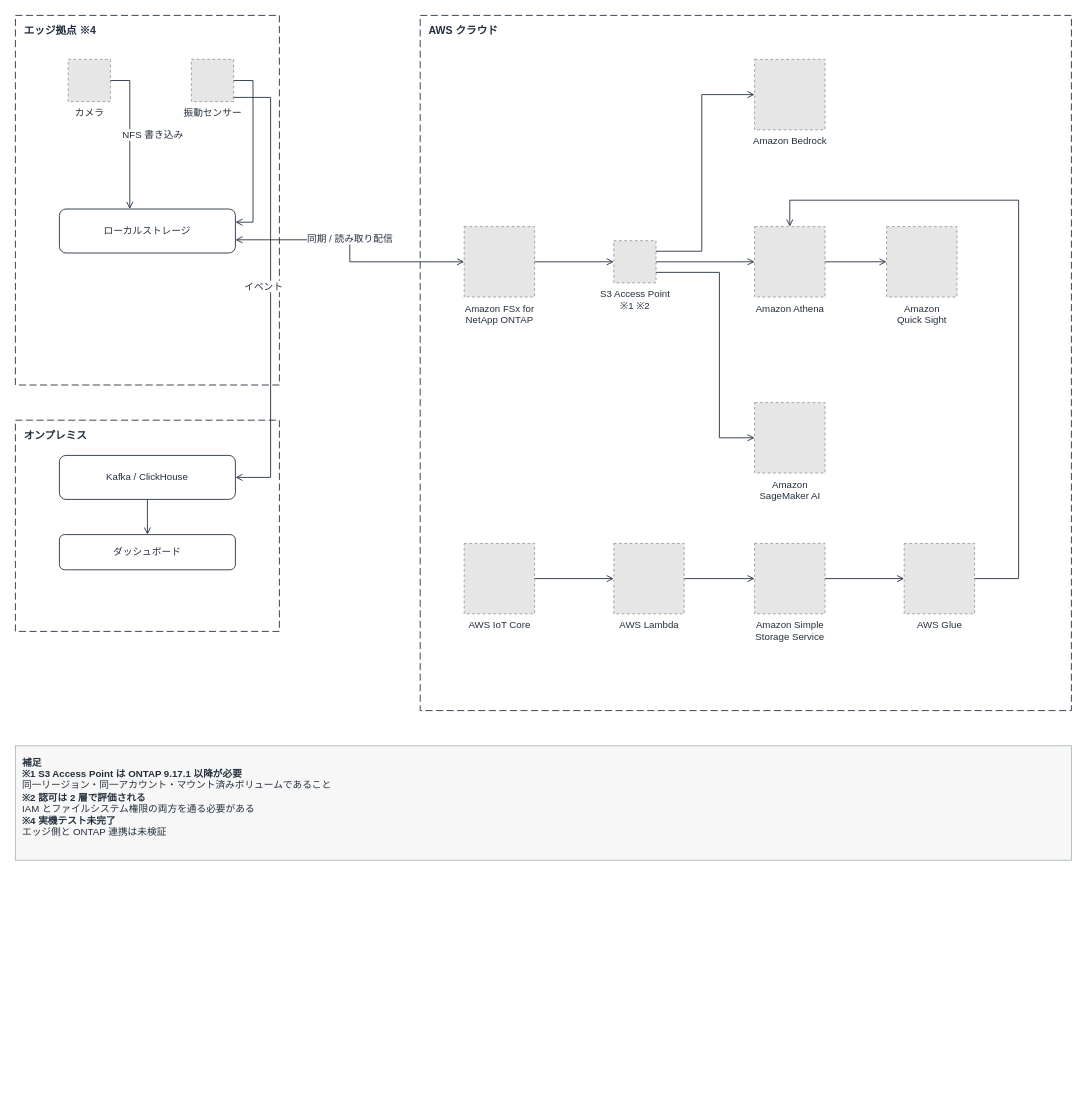
Yoshiki0705/ONTAP-Edge-to-Cloud-AI keeps this draw.io diagram as docs/diagrams/architecture-overview.drawio. Above is the earlier version. Source tidied: cells renumbered, new cells numbered last; positions are measured from the earlier drawing's top-left corner, leaving out a move shared by most shapes. Both pictures are drawn from the tidied source at 88%, with x=0, y=0 at pixel (15, 15). Pictures stored in the file or linked from it are replaced by grey dashed boxes.
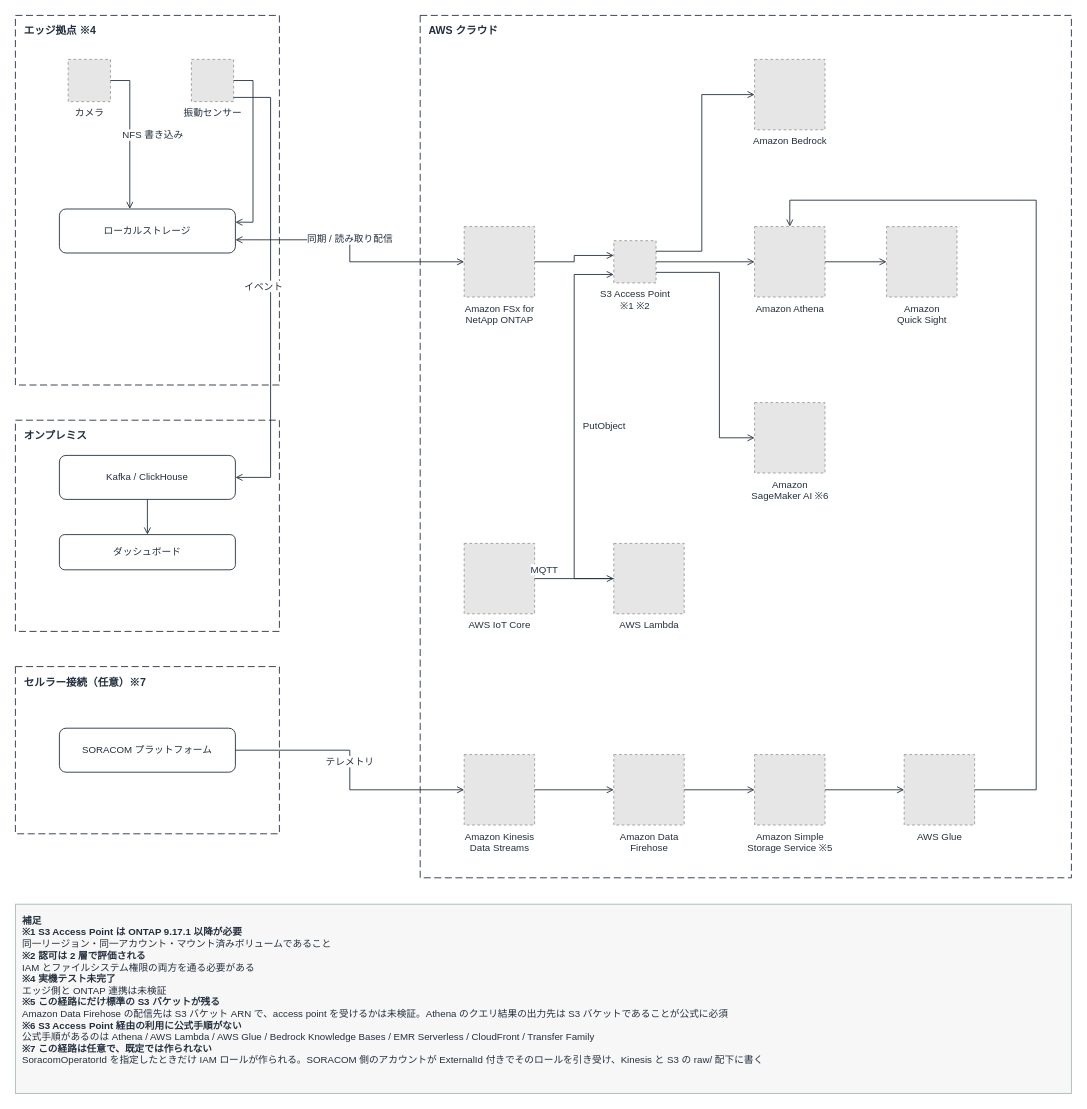
After the change.

Unchanged cells that the change refers to:
```xml
<mxCell id="10" value="Amazon FSx for&lt;br&gt;NetApp ONTAP" style="fillColor=#E6E6E6;strokeColor=#999999;dashed=1;html=1;verticalLabelPosition=bottom;verticalAlign=top;labelPosition=center;align=center;fontSize=11;fontColor=#232F3E;" parent="1" vertex="1">
  <mxGeometry x="510" y="240" width="80" height="80" as="geometry" />
</mxCell>
<mxCell id="11" value="S3 Access Point&lt;br&gt;※1 ※2" style="fillColor=#E6E6E6;strokeColor=#999999;dashed=1;html=1;verticalLabelPosition=bottom;verticalAlign=top;labelPosition=center;align=center;fontSize=11;fontColor=#232F3E;" parent="1" vertex="1">
  <mxGeometry x="680" y="256" width="48" height="48" as="geometry" />
</mxCell>
<mxCell id="13" value="Amazon Athena" style="fillColor=#E6E6E6;strokeColor=#999999;dashed=1;html=1;verticalLabelPosition=bottom;verticalAlign=top;labelPosition=center;align=center;fontSize=11;fontColor=#232F3E;" parent="1" vertex="1">
  <mxGeometry x="840" y="240" width="80" height="80" as="geometry" />
</mxCell>
<mxCell id="16" value="AWS IoT Core" style="fillColor=#E6E6E6;strokeColor=#999999;dashed=1;html=1;verticalLabelPosition=bottom;verticalAlign=top;labelPosition=center;align=center;fontSize=11;fontColor=#232F3E;" parent="1" vertex="1">
  <mxGeometry x="510" y="600" width="80" height="80" as="geometry" />
</mxCell>
<mxCell id="17" value="AWS Lambda" style="fillColor=#E6E6E6;strokeColor=#999999;dashed=1;html=1;verticalLabelPosition=bottom;verticalAlign=top;labelPosition=center;align=center;fontSize=11;fontColor=#232F3E;" parent="1" vertex="1">
  <mxGeometry x="680" y="600" width="80" height="80" as="geometry" />
</mxCell>
```

Change to the diagram source:
```diff
@@
+    <mxCell id="35" value="セルラー接続（任意）※7" style="rounded=0;html=1;dashed=1;dashPattern=8 4;fillColor=none;strokeColor=#232F3E;verticalAlign=top;align=left;spacingLeft=8;spacingTop=4;fontSize=12;fontColor=#232F3E;fontStyle=1;" parent="1" vertex="1">
+      <mxGeometry y="740" width="300" height="190" as="geometry" />
+    </mxCell>
     <mxCell id="4" value="AWS クラウド" style="rounded=0;html=1;dashed=1;dashPattern=8 4;fillColor=none;strokeColor=#232F3E;verticalAlign=top;align=left;spacingLeft=8;spacingTop=4;fontSize=12;fontColor=#232F3E;fontStyle=1;" parent="1" vertex="1">
-      <mxGeometry x="460" width="740" height="790" as="geometry" />
+      <mxGeometry x="460" width="740" height="980" as="geometry" />
     </mxCell>
@@
+    <mxCell id="36" value="SORACOM プラットフォーム" style="rounded=1;html=1;whiteSpace=wrap;fillColor=#FFFFFF;strokeColor=#232F3E;fontSize=11;fontColor=#232F3E;" parent="1" vertex="1">
+      <mxGeometry x="50" y="810" width="200" height="50" as="geometry" />
+    </mxCell>
@@
-    <mxCell id="14" value="Amazon&lt;br&gt;SageMaker AI" style="fillColor=#E6E6E6;strokeColor=#999999;dashed=1;html=1;verticalLabelPosition=bottom;verticalAlign=top;labelPosition=center;align=center;fontSize=11;fontColor=#232F3E;" parent="1" vertex="1">
+    <mxCell id="14" value="Amazon&lt;br&gt;SageMaker AI ※6" style="fillColor=#E6E6E6;strokeColor=#999999;dashed=1;html=1;verticalLabelPosition=bottom;verticalAlign=top;labelPosition=center;align=center;fontSize=11;fontColor=#232F3E;" parent="1" vertex="1">
       <mxGeometry x="840" y="440" width="80" height="80" as="geometry" />
     </mxCell>
@@
+    <mxCell id="37" value="Amazon Kinesis&lt;br&gt;Data Streams" style="fillColor=#E6E6E6;strokeColor=#999999;dashed=1;html=1;verticalLabelPosition=bottom;verticalAlign=top;labelPosition=center;align=center;fontSize=11;fontColor=#232F3E;" parent="1" vertex="1">
+      <mxGeometry x="510" y="840" width="80" height="80" as="geometry" />
+    </mxCell>
+    <mxCell id="38" value="Amazon Data&lt;br&gt;Firehose" style="fillColor=#E6E6E6;strokeColor=#999999;dashed=1;html=1;verticalLabelPosition=bottom;verticalAlign=top;labelPosition=center;align=center;fontSize=11;fontColor=#232F3E;" parent="1" vertex="1">
+      <mxGeometry x="680" y="840" width="80" height="80" as="geometry" />
+    </mxCell>
-    <mxCell id="18" value="Amazon Simple&lt;br&gt;Storage Service" style="fillColor=#E6E6E6;strokeColor=#999999;dashed=1;html=1;verticalLabelPosition=bottom;verticalAlign=top;labelPosition=center;align=center;fontSize=11;fontColor=#232F3E;" parent="1" vertex="1">
-      <mxGeometry x="840" y="600" width="80" height="80" as="geometry" />
+    <mxCell id="18" value="Amazon Simple&lt;br&gt;Storage Service ※5" style="fillColor=#E6E6E6;strokeColor=#999999;dashed=1;html=1;verticalLabelPosition=bottom;verticalAlign=top;labelPosition=center;align=center;fontSize=11;fontColor=#232F3E;" parent="1" vertex="1">
+      <mxGeometry x="840" y="840" width="80" height="80" as="geometry" />
     </mxCell>
     <mxCell id="19" value="AWS Glue" style="fillColor=#E6E6E6;strokeColor=#999999;dashed=1;html=1;verticalLabelPosition=bottom;verticalAlign=top;labelPosition=center;align=center;fontSize=11;fontColor=#232F3E;" parent="1" vertex="1">
-      <mxGeometry x="1010" y="600" width="80" height="80" as="geometry" />
+      <mxGeometry x="1010" y="840" width="80" height="80" as="geometry" />
     </mxCell>
@@
-    <mxCell id="25" style="edgeStyle=orthogonalEdgeStyle;rounded=0;html=1;endArrow=open;endFill=0;strokeColor=#232F3E;strokeWidth=1;fontSize=11;fontColor=#232F3E;labelBackgroundColor=#FFFFFF;exitX=1;exitY=0.5;exitDx=0;exitDy=0;entryX=0;entryY=0.5;entryDx=0;entryDy=0;" parent="1" edge="1" source="10" target="11">
+    <mxCell id="25" style="edgeStyle=orthogonalEdgeStyle;rounded=0;html=1;endArrow=open;endFill=0;strokeColor=#232F3E;strokeWidth=1;fontSize=11;fontColor=#232F3E;labelBackgroundColor=#FFFFFF;exitX=1;exitY=0.5;exitDx=0;exitDy=0;entryX=0;entryY=0.35;entryDx=0;entryDy=0;" parent="1" edge="1" source="10" target="11">
       <mxGeometry relative="1" as="geometry" />
     </mxCell>
@@
-    <mxCell id="29" style="edgeStyle=orthogonalEdgeStyle;rounded=0;html=1;endArrow=open;endFill=0;strokeColor=#232F3E;strokeWidth=1;fontSize=11;fontColor=#232F3E;labelBackgroundColor=#FFFFFF;exitX=1;exitY=0.5;exitDx=0;exitDy=0;entryX=0;entryY=0.5;entryDx=0;entryDy=0;" parent="1" edge="1" source="16" target="17">
-      <mxGeometry relative="1" as="geometry" />
+    <mxCell id="29" value="MQTT" style="edgeStyle=orthogonalEdgeStyle;rounded=0;html=1;endArrow=open;endFill=0;strokeColor=#232F3E;strokeWidth=1;fontSize=11;fontColor=#232F3E;labelBackgroundColor=#FFFFFF;exitX=1;exitY=0.5;exitDx=0;exitDy=0;entryX=0;entryY=0.5;entryDx=0;entryDy=0;" parent="1" edge="1" source="16" target="17">
+      <mxGeometry relative="1" as="geometry">
+        <mxPoint x="-34" y="-10" as="offset" />
+      </mxGeometry>
     </mxCell>
-    <mxCell id="30" style="edgeStyle=orthogonalEdgeStyle;rounded=0;html=1;endArrow=open;endFill=0;strokeColor=#232F3E;strokeWidth=1;fontSize=11;fontColor=#232F3E;labelBackgroundColor=#FFFFFF;exitX=1;exitY=0.5;exitDx=0;exitDy=0;entryX=0;entryY=0.5;entryDx=0;entryDy=0;" parent="1" edge="1" source="17" target="18">
-      <mxGeometry relative="1" as="geometry" />
+    <mxCell id="30" value="PutObject" style="edgeStyle=orthogonalEdgeStyle;rounded=0;html=1;endArrow=open;endFill=0;strokeColor=#232F3E;strokeWidth=1;fontSize=11;fontColor=#232F3E;labelBackgroundColor=#FFFFFF;exitX=0;exitY=0.5;exitDx=0;exitDy=0;entryX=0;entryY=0.8;entryDx=0;entryDy=0;" parent="1" edge="1" source="17" target="11">
+      <mxGeometry relative="1" as="geometry">
+        <Array as="points">
+          <mxPoint x="635" y="640" />
+          <mxPoint x="635" y="294" />
+        </Array>
+        <mxPoint x="34" as="offset" />
+      </mxGeometry>
     </mxCell>
+    <mxCell id="39" value="テレメトリ" style="edgeStyle=orthogonalEdgeStyle;rounded=0;html=1;endArrow=open;endFill=0;strokeColor=#232F3E;strokeWidth=1;fontSize=11;fontColor=#232F3E;labelBackgroundColor=#FFFFFF;exitX=1;exitY=0.5;exitDx=0;exitDy=0;entryX=0;entryY=0.5;entryDx=0;entryDy=0;" parent="1" edge="1" source="36" target="37">
+      <mxGeometry relative="1" as="geometry">
+        <Array as="points">
+          <mxPoint x="380" y="835" />
+          <mxPoint x="380" y="880" />
+        </Array>
+        <mxPoint y="-10" as="offset" />
+      </mxGeometry>
+    </mxCell>
-    <mxCell id="31" style="edgeStyle=orthogonalEdgeStyle;rounded=0;html=1;endArrow=open;endFill=0;strokeColor=#232F3E;strokeWidth=1;fontSize=11;fontColor=#232F3E;labelBackgroundColor=#FFFFFF;exitX=1;exitY=0.5;exitDx=0;exitDy=0;entryX=0;entryY=0.5;entryDx=0;entryDy=0;" parent="1" edge="1" source="18" target="19">
+    <mxCell id="31" style="edgeStyle=orthogonalEdgeStyle;rounded=0;html=1;endArrow=open;endFill=0;strokeColor=#232F3E;strokeWidth=1;fontSize=11;fontColor=#232F3E;labelBackgroundColor=#FFFFFF;exitX=1;exitY=0.5;exitDx=0;exitDy=0;entryX=0;entryY=0.5;entryDx=0;entryDy=0;" parent="1" edge="1" source="37" target="38">
       <mxGeometry relative="1" as="geometry" />
     </mxCell>
+    <mxCell id="40" style="edgeStyle=orthogonalEdgeStyle;rounded=0;html=1;endArrow=open;endFill=0;strokeColor=#232F3E;strokeWidth=1;fontSize=11;fontColor=#232F3E;labelBackgroundColor=#FFFFFF;exitX=1;exitY=0.5;exitDx=0;exitDy=0;entryX=0;entryY=0.5;entryDx=0;entryDy=0;" parent="1" edge="1" source="38" target="18">
+      <mxGeometry relative="1" as="geometry" />
+    </mxCell>
+    <mxCell id="41" style="edgeStyle=orthogonalEdgeStyle;rounded=0;html=1;endArrow=open;endFill=0;strokeColor=#232F3E;strokeWidth=1;fontSize=11;fontColor=#232F3E;labelBackgroundColor=#FFFFFF;exitX=1;exitY=0.5;exitDx=0;exitDy=0;entryX=0;entryY=0.5;entryDx=0;entryDy=0;" parent="1" edge="1" source="18" target="19">
+      <mxGeometry relative="1" as="geometry" />
+    </mxCell>
     <mxCell id="32" style="edgeStyle=orthogonalEdgeStyle;rounded=0;html=1;endArrow=open;endFill=0;strokeColor=#232F3E;strokeWidth=1;fontSize=11;fontColor=#232F3E;labelBackgroundColor=#FFFFFF;exitX=1;exitY=0.5;exitDx=0;exitDy=0;entryX=0.5;entryY=0;entryDx=0;entryDy=0;" parent="1" edge="1" source="19" target="13">
       <mxGeometry relative="1" as="geometry">
         <Array as="points">
-          <mxPoint x="1140" y="640" />
-          <mxPoint x="1140" y="210" />
+          <mxPoint x="1160" y="880" />
+          <mxPoint x="1160" y="210" />
           <mxPoint x="880" y="210" />
         </Array>
       </mxGeometry>
     </mxCell>
@@
-    <mxCell id="34" value="&lt;b&gt;補足&lt;/b&gt;&lt;br&gt;&lt;b&gt;※1 S3 Access Point は ONTAP 9.17.1 以降が必要&lt;/b&gt;&lt;br&gt;同一リージョン・同一アカウント・マウント済みボリュームであること&lt;br&gt;&lt;b&gt;※2 認可は 2 層で評価される&lt;/b&gt;&lt;br&gt;IAM とファイルシステム権限の両方を通る必要がある&lt;br&gt;&lt;b&gt;※4 実機テスト未完了&lt;/b&gt;&lt;br&gt;エッジ側と ONTAP 連携は未検証" style="rounded=0;html=1;whiteSpace=wrap;fillColor=#F7F7F7;strokeColor=#AAB7B8;align=left;verticalAlign=top;spacing=8;fontSize=11;fontColor=#232F3E;" parent="1" vertex="1">
-      <mxGeometry y="830" width="1200" height="130" as="geometry" />
+    <mxCell id="34" value="&lt;b&gt;補足&lt;/b&gt;&lt;br&gt;&lt;b&gt;※1 S3 Access Point は ONTAP 9.17.1 以降が必要&lt;/b&gt;&lt;br&gt;同一リージョン・同一アカウント・マウント済みボリュームであること&lt;br&gt;&lt;b&gt;※2 認可は 2 層で評価される&lt;/b&gt;&lt;br&gt;IAM とファイルシステム権限の両方を通る必要がある&lt;br&gt;&lt;b&gt;※4 実機テスト未完了&lt;/b&gt;&lt;br&gt;エッジ側と ONTAP 連携は未検証&lt;br&gt;&lt;b&gt;※5 この経路にだけ標準の S3 バケットが残る&lt;/b&gt;&lt;br&gt;Amazon Data Firehose の配信先は S3 バケット ARN で、access point を受けるかは未検証。Athena のクエリ結果の出力先は S3 バケットであることが公式に必須&lt;br&gt;&lt;b&gt;※6 S3 Access Point 経由の利用に公式手順がない&lt;/b&gt;&lt;br&gt;公式手順があるのは Athena / AWS Lambda / AWS Glue / Bedrock Knowledge Bases / EMR Serverless / CloudFront / Transfer Family&lt;br&gt;&lt;b&gt;※7 この経路は任意で、既定では作られない&lt;/b&gt;&lt;br&gt;SoracomOperatorId を指定したときだけ IAM ロールが作られる。SORACOM 側のアカウントが ExternalId 付きでそのロールを引き受け、Kinesis と S3 の raw/ 配下に書く" style="rounded=0;html=1;whiteSpace=wrap;fillColor=#F7F7F7;strokeColor=#AAB7B8;align=left;verticalAlign=top;spacing=8;fontSize=11;fontColor=#232F3E;" parent="1" vertex="1">
+      <mxGeometry y="1010" width="1200" height="215" as="geometry" />
     </mxCell>
```
